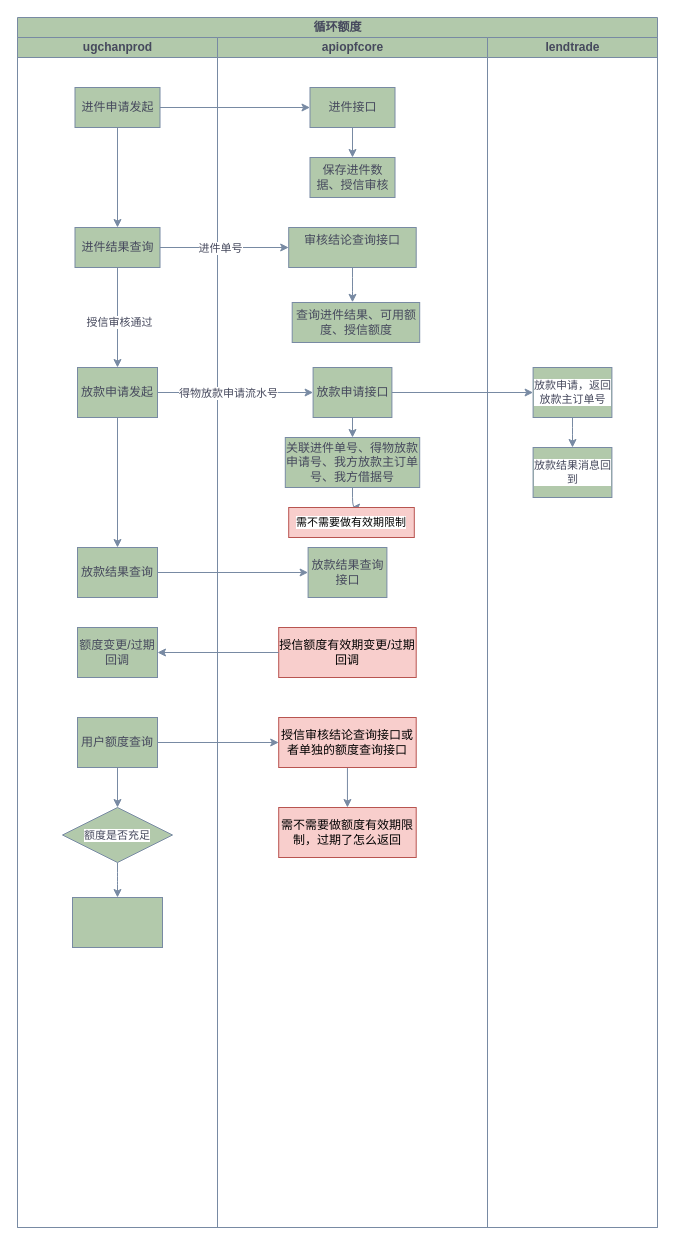
Earlier version of the draw.io diagram 循环额度支持.drawio (yuanlj-tea/picgo). Source tidied: cells renumbered, new cells numbered last; positions are measured from the earlier drawing's top-left corner, leaving out a move shared by most shapes. Both pictures are drawn from the tidied source at 100%, with x=0, y=0 at pixel (17, 17).
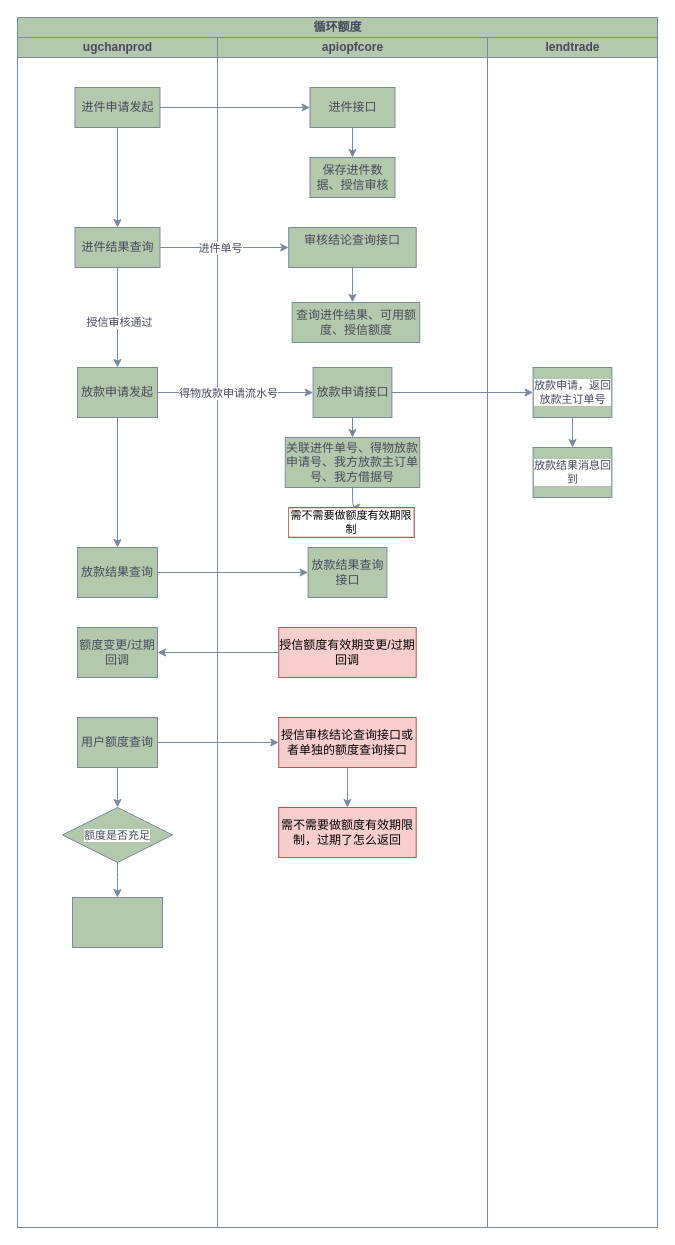
The same page after the edit.

Commit message (it also covers changes not shown here):
更新循环额度支持.drawio

Unchanged cells that the change refers to:
```xml
<mxCell id="12" value="apiopfcore" style="swimlane;startSize=20;html=1;labelBackgroundColor=none;fillColor=#B2C9AB;strokeColor=#788AA3;fontColor=#46495D;" parent="2" vertex="1">
  <mxGeometry x="200" y="20" width="270" height="1190" as="geometry" />
</mxCell>
```

The edit, as a diff of the source:
```diff
@@
-    <mxCell id="29" value="需不需要做有效期限制" style="whiteSpace=wrap;html=1;fillColor=#f8cecc;strokeColor=#b85450;rounded=0;fontFamily=Helvetica;fontSize=11;labelBackgroundColor=default;" parent="12" vertex="1">
+    <mxCell id="29" value="需不需要做额度有效期限制" style="whiteSpace=wrap;html=1;fillColor=#f8cecc;strokeColor=#b85450;rounded=0;fontFamily=Helvetica;fontSize=11;labelBackgroundColor=default;" parent="12" vertex="1">
       <mxGeometry x="71.2" y="470" width="125.6" height="30" as="geometry" />
     </mxCell>
```
